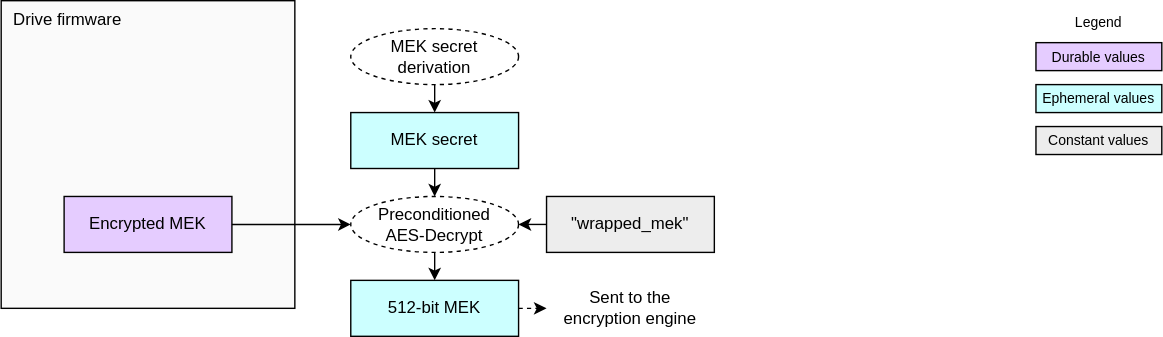
Above: doc/ocp_lock/diagrams/mek_load.drawio.svg in chipsalliance/Caliptra (draw.io), before the change. Source tidied: cells renumbered, new cells last; positions are measured from the earlier drawing's top-left corner, leaving out a move shared by most shapes.
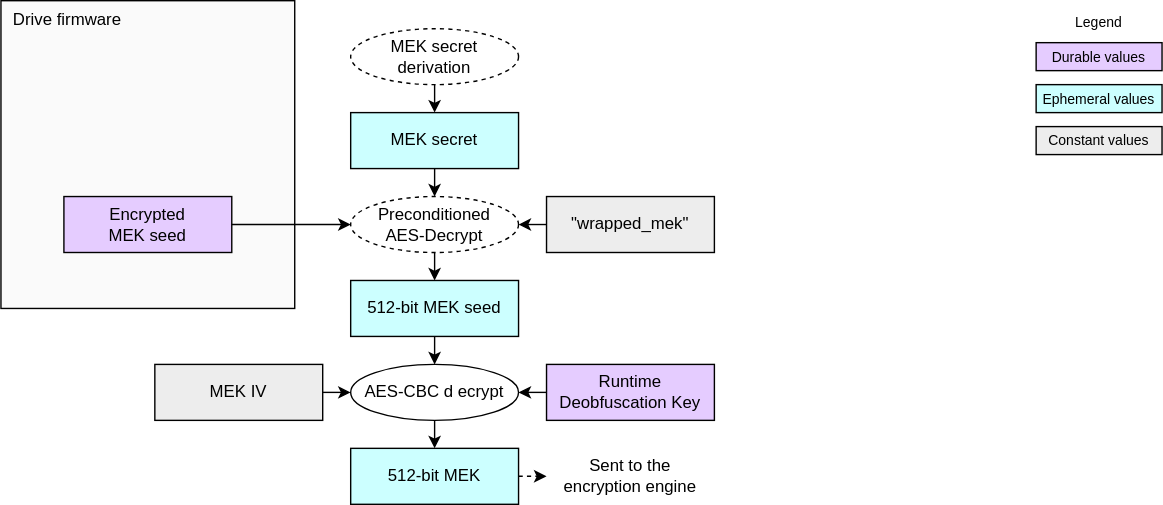
After the change.

Diff of the diagram source:
```diff
@@ -14,19 +14,16 @@
     <mxCell id="5" value="&lt;div&gt;&lt;font color=&quot;#000000&quot;&gt;Ephemeral values&lt;/font&gt;&lt;/div&gt;" style="rounded=0;whiteSpace=wrap;html=1;align=center;verticalAlign=middle;shadow=0;glass=0;spacingLeft=0;spacingBottom=0;spacingTop=0;fillColor=#CCFFFF;fontSize=10;" parent="1" vertex="1">
       <mxGeometry x="740" y="60" width="90" height="20" as="geometry" />
     </mxCell>
+    <mxCell id="20" style="edgeStyle=none;html=1;exitX=0.5;exitY=1;exitDx=0;exitDy=0;entryX=0.5;entryY=0;entryDx=0;entryDy=0;" parent="1" edge="1" source="6" target="24">
+      <mxGeometry relative="1" as="geometry" />
+    </mxCell>
-    <mxCell id="6" value="&lt;div&gt;&lt;font color=&quot;#000000&quot;&gt;512-bit MEK&lt;/font&gt;&lt;/div&gt;" style="rounded=0;whiteSpace=wrap;html=1;align=center;verticalAlign=middle;shadow=0;glass=0;spacingLeft=0;spacingBottom=0;spacingTop=0;fillColor=#CCFFFF;" parent="1" vertex="1">
+    <mxCell id="6" value="&lt;div&gt;&lt;font color=&quot;#000000&quot;&gt;512-bit&lt;/font&gt;&lt;span style=&quot;background-color: transparent;&quot;&gt;&amp;nbsp;MEK seed&lt;/span&gt;&lt;/div&gt;" style="rounded=0;whiteSpace=wrap;html=1;align=center;verticalAlign=middle;shadow=0;glass=0;spacingLeft=0;spacingBottom=0;spacingTop=0;fillColor=#CCFFFF;" parent="1" vertex="1">
       <mxGeometry x="250" y="200" width="120" height="40" as="geometry" />
     </mxCell>
-    <mxCell id="7" value="Sent to the&lt;div&gt;encryption engine&lt;/div&gt;" style="text;strokeColor=none;align=center;fillColor=none;html=1;verticalAlign=middle;whiteSpace=wrap;rounded=0;" parent="1" vertex="1">
-      <mxGeometry x="390" y="205" width="120" height="30" as="geometry" />
-    </mxCell>
-    <mxCell id="8" style="edgeStyle=none;html=1;exitX=1;exitY=0.5;exitDx=0;exitDy=0;entryX=0;entryY=0.5;entryDx=0;entryDy=0;dashed=1;" parent="1" edge="1" source="6" target="7">
-      <mxGeometry relative="1" as="geometry" />
-    </mxCell>
     <mxCell id="9" value="&lt;div&gt;&lt;font color=&quot;#000000&quot;&gt;Constant values&lt;/font&gt;&lt;/div&gt;" style="rounded=0;whiteSpace=wrap;html=1;align=center;verticalAlign=middle;shadow=0;glass=0;spacingLeft=0;spacingBottom=0;spacingTop=0;fillColor=#EDEDED;fontSize=10;" parent="1" vertex="1">
       <mxGeometry x="740" y="90" width="90" height="20" as="geometry" />
     </mxCell>
-    <mxCell id="10" value="&lt;div&gt;&lt;font color=&quot;#000000&quot;&gt;Encrypted MEK&lt;/font&gt;&lt;/div&gt;" style="rounded=0;whiteSpace=wrap;html=1;align=center;verticalAlign=middle;shadow=0;glass=0;spacingLeft=0;spacingBottom=0;spacingTop=0;fillColor=#E5CCFF;" parent="1" vertex="1">
+    <mxCell id="10" value="&lt;div&gt;&lt;font color=&quot;#000000&quot;&gt;Encrypted&lt;/font&gt;&lt;/div&gt;&lt;div&gt;&lt;span style=&quot;background-color: transparent;&quot;&gt;MEK seed&lt;/span&gt;&lt;/div&gt;" style="rounded=0;whiteSpace=wrap;html=1;align=center;verticalAlign=middle;shadow=0;glass=0;spacingLeft=0;spacingBottom=0;spacingTop=0;fillColor=#E5CCFF;" parent="1" vertex="1">
       <mxGeometry x="45" y="140" width="120" height="40" as="geometry" />
     </mxCell>
     <mxCell id="11" style="edgeStyle=none;html=1;exitX=1;exitY=0.5;exitDx=0;exitDy=0;entryX=0;entryY=0.5;entryDx=0;entryDy=0;" parent="1" edge="1" source="10" target="14">
@@ -56,5 +53,32 @@
     <mxCell id="19" value="MEK secret&lt;div&gt;derivation&lt;/div&gt;" style="ellipse;whiteSpace=wrap;html=1;fillColor=#FFFFFF;dashed=1;" parent="1" vertex="1">
       <mxGeometry x="250" y="20" width="120" height="40" as="geometry" />
     </mxCell>
+    <mxCell id="21" value="&lt;div&gt;&lt;font color=&quot;#000000&quot;&gt;512-bit&amp;nbsp;&lt;/font&gt;&lt;span style=&quot;background-color: transparent;&quot;&gt;MEK&lt;/span&gt;&lt;/div&gt;" style="rounded=0;whiteSpace=wrap;html=1;align=center;verticalAlign=middle;shadow=0;glass=0;spacingLeft=0;spacingBottom=0;spacingTop=0;fillColor=#CCFFFF;" parent="1" vertex="1">
+      <mxGeometry x="250" y="320" width="120" height="40" as="geometry" />
+    </mxCell>
+    <mxCell id="7" value="Sent to the&lt;div&gt;encryption engine&lt;/div&gt;" style="text;strokeColor=none;align=center;fillColor=none;html=1;verticalAlign=middle;whiteSpace=wrap;rounded=0;" parent="1" vertex="1">
+      <mxGeometry x="390" y="325" width="120" height="30" as="geometry" />
+    </mxCell>
+    <mxCell id="22" style="edgeStyle=none;html=1;exitX=1;exitY=0.5;exitDx=0;exitDy=0;entryX=0;entryY=0.5;entryDx=0;entryDy=0;dashed=1;" parent="1" edge="1" source="21" target="7">
+      <mxGeometry relative="1" as="geometry" />
+    </mxCell>
+    <mxCell id="23" style="edgeStyle=none;html=1;exitX=0.5;exitY=1;exitDx=0;exitDy=0;entryX=0.5;entryY=0;entryDx=0;entryDy=0;" parent="1" edge="1" source="24" target="21">
+      <mxGeometry relative="1" as="geometry" />
+    </mxCell>
+    <mxCell id="24" value="AES-CBC d&lt;span style=&quot;background-color: transparent;&quot;&gt;ecrypt&lt;/span&gt;" style="ellipse;whiteSpace=wrap;html=1;fillColor=#FFFFFF;" parent="1" vertex="1">
+      <mxGeometry x="250" y="260" width="120" height="40" as="geometry" />
+    </mxCell>
+    <mxCell id="25" style="edgeStyle=none;html=1;exitX=0;exitY=0.5;exitDx=0;exitDy=0;entryX=1;entryY=0.5;entryDx=0;entryDy=0;" parent="1" edge="1" source="26" target="24">
+      <mxGeometry relative="1" as="geometry" />
+    </mxCell>
+    <mxCell id="26" value="Runtime Deobfuscation Key" style="rounded=0;whiteSpace=wrap;html=1;align=center;verticalAlign=middle;shadow=0;glass=0;spacingLeft=0;spacingBottom=0;spacingTop=0;fillColor=#E5CCFF;" parent="1" vertex="1">
+      <mxGeometry x="390" y="260" width="120" height="40" as="geometry" />
+    </mxCell>
+    <mxCell id="27" style="edgeStyle=none;html=1;exitX=1;exitY=0.5;exitDx=0;exitDy=0;entryX=0;entryY=0.5;entryDx=0;entryDy=0;" parent="1" edge="1" source="28" target="24">
+      <mxGeometry relative="1" as="geometry" />
+    </mxCell>
+    <mxCell id="28" value="&lt;div&gt;&lt;font color=&quot;#000000&quot;&gt;MEK IV&lt;/font&gt;&lt;/div&gt;" style="rounded=0;whiteSpace=wrap;html=1;align=center;verticalAlign=middle;shadow=0;glass=0;spacingLeft=0;spacingBottom=0;spacingTop=0;fillColor=#EDEDED;" parent="1" vertex="1">
+      <mxGeometry x="110" y="260" width="120" height="40" as="geometry" />
+    </mxCell>
   </root>
 </mxGraphModel>
```
